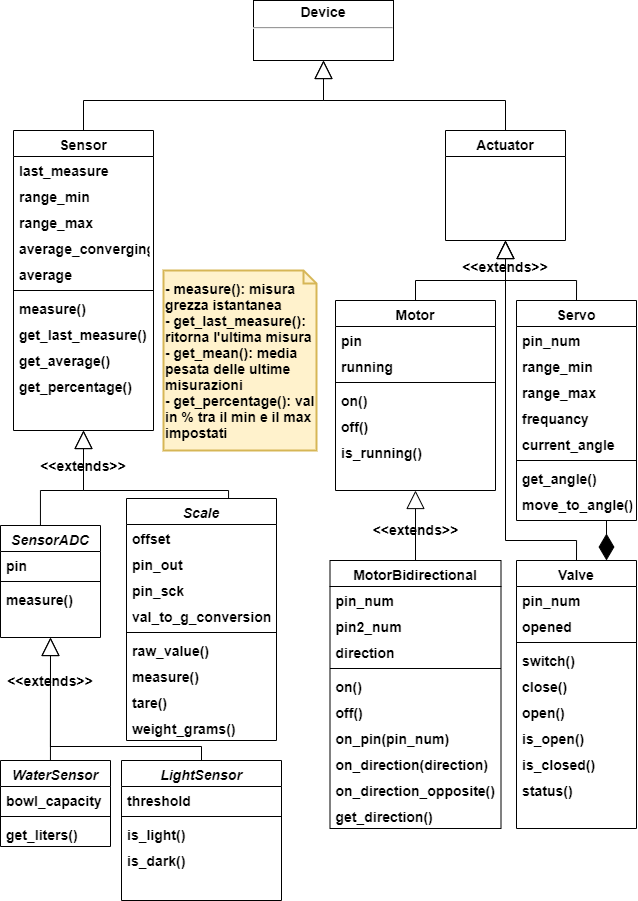
The draw.io diagram DrawIo/ClassDiagram.png in SmartDogHouse/Report, before a commit. Source tidied: cells renumbered, new cells last; positions are measured from the earlier drawing's top-left corner, leaving out a move shared by most shapes.
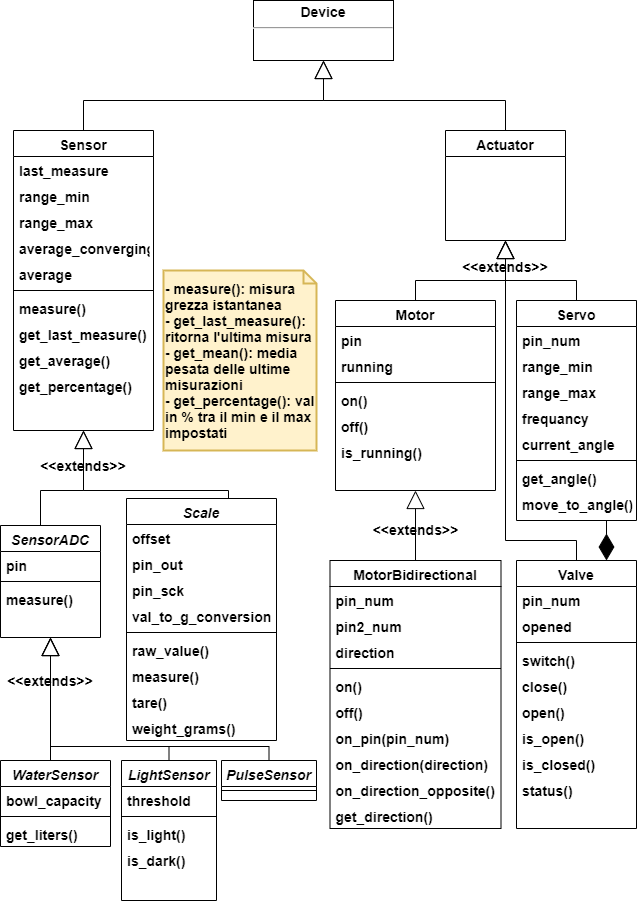
After the change.

Commit message:
Added pulse sensor to ClassDiagram

Change to the diagram source:
```diff
@@ -5,25 +5,25 @@
     <mxCell id="2" style="edgeStyle=orthogonalEdgeStyle;rounded=0;jettySize=auto;html=1;exitX=0.5;exitY=0;exitDx=0;exitDy=0;endArrow=block;endFill=0;endSize=16;fontStyle=1;fontSize=14;entryX=0.5;entryY=1;entryDx=0;entryDy=0;" parent="1" edge="1" source="3" target="82">
       <mxGeometry relative="1" as="geometry">
         <Array as="points">
-          <mxPoint x="201" y="746" />
+          <mxPoint x="169" y="746" />
           <mxPoint x="50" y="746" />
         </Array>
       </mxGeometry>
     </mxCell>
     <mxCell id="3" value="LightSensor" style="swimlane;fontStyle=3;align=center;verticalAlign=top;horizontal=1;startSize=26;rounded=0;shadow=0;strokeWidth=1;fontSize=14;" parent="1" vertex="1">
-      <mxGeometry x="121" y="760" width="160" height="140" as="geometry" />
+      <mxGeometry x="121" y="760" width="95" height="140" as="geometry" />
     </mxCell>
     <mxCell id="4" value="threshold" style="text;align=left;verticalAlign=top;spacingLeft=4;spacingRight=4;overflow=hidden;rounded=0;shadow=0;html=0;fontStyle=1;fontSize=14;" parent="3" vertex="1">
-      <mxGeometry y="26" width="160" height="26" as="geometry" />
+      <mxGeometry y="26" width="95" height="26" as="geometry" />
     </mxCell>
     <mxCell id="5" style="line;html=1;strokeWidth=1;align=left;verticalAlign=middle;spacingTop=-1;spacingLeft=3;spacingRight=3;labelPosition=right;fontStyle=1;fontSize=14;" parent="3" vertex="1">
-      <mxGeometry y="52" width="160" height="8" as="geometry" />
+      <mxGeometry y="52" width="95" height="8" as="geometry" />
     </mxCell>
     <mxCell id="6" value="is_light()" style="text;align=left;verticalAlign=top;spacingLeft=4;spacingRight=4;overflow=hidden;fontStyle=1;fontSize=14;" parent="3" vertex="1">
-      <mxGeometry y="60" width="160" height="26" as="geometry" />
+      <mxGeometry y="60" width="95" height="26" as="geometry" />
     </mxCell>
     <mxCell id="7" value="is_dark()" style="text;align=left;verticalAlign=top;spacingLeft=4;spacingRight=4;overflow=hidden;fontStyle=1;fontSize=14;" parent="3" vertex="1">
-      <mxGeometry y="86" width="160" height="26" as="geometry" />
+      <mxGeometry y="86" width="95" height="26" as="geometry" />
     </mxCell>
     <mxCell id="8" value="Servo" style="swimlane;fontStyle=1;align=center;verticalAlign=top;horizontal=1;startSize=26;rounded=0;shadow=0;strokeWidth=1;fontSize=14;" parent="1" vertex="1">
       <mxGeometry x="516" y="300" width="120" height="220" as="geometry" />
@@ -300,5 +300,19 @@
     <mxCell id="89" value="&amp;lt;&amp;lt;extends&amp;gt;&amp;gt;" style="text;html=1;align=center;verticalAlign=middle;whiteSpace=wrap;rounded=0;fontStyle=1;fontSize=14;" parent="1" vertex="1">
       <mxGeometry x="460" y="261" width="90" height="9" as="geometry" />
     </mxCell>
+    <mxCell id="90" value="PulseSensor" style="swimlane;fontStyle=3;align=center;verticalAlign=top;horizontal=1;startSize=26;rounded=0;shadow=0;strokeWidth=1;fontSize=14;" parent="1" vertex="1">
+      <mxGeometry x="221" y="760" width="95" height="40" as="geometry" />
+    </mxCell>
+    <mxCell id="91" style="line;html=1;strokeWidth=1;align=left;verticalAlign=middle;spacingTop=-1;spacingLeft=3;spacingRight=3;labelPosition=right;fontStyle=1;fontSize=14;" parent="90" vertex="1">
+      <mxGeometry y="26" width="95" height="8" as="geometry" />
+    </mxCell>
+    <mxCell id="92" style="edgeStyle=orthogonalEdgeStyle;rounded=0;jettySize=auto;html=1;exitX=0.5;exitY=0;exitDx=0;exitDy=0;endArrow=block;endFill=0;endSize=16;fontStyle=1;fontSize=14;entryX=0.5;entryY=1;entryDx=0;entryDy=0;" parent="1" edge="1" source="90" target="82">
+      <mxGeometry relative="1" as="geometry">
+        <Array as="points">
+          <mxPoint x="269" y="746" />
+          <mxPoint x="50" y="746" />
+        </Array>
+      </mxGeometry>
+    </mxCell>
   </root>
 </mxGraphModel>
```
